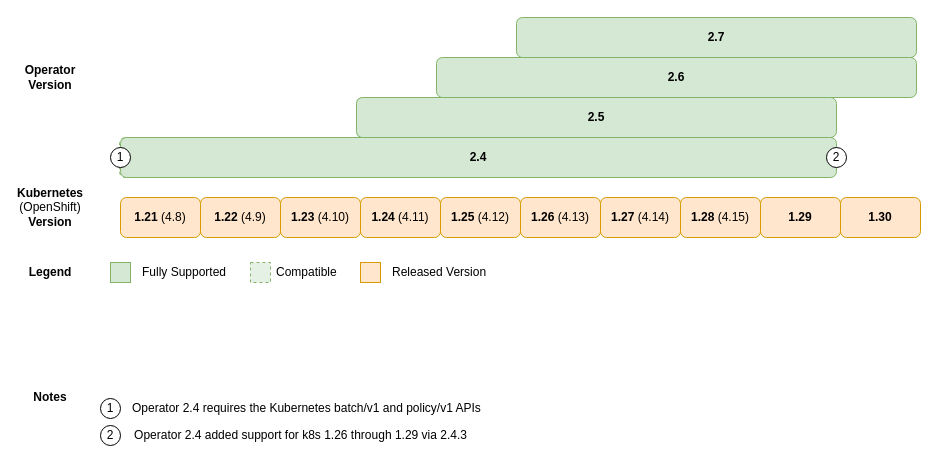
This is page "Compat Kuberentes" (1 of 3) of docs/dev/drawio-charts/k8s-compat.drawio from couchbase/couchbase-operator, a draw.io file, before an edit. Source tidied: cells renumbered, new cells numbered last; positions are measured from the earlier drawing's top-left corner, leaving out a move shared by most shapes. Both pictures are drawn from the tidied source at 100%, with x=0, y=0 at pixel (20, 17).
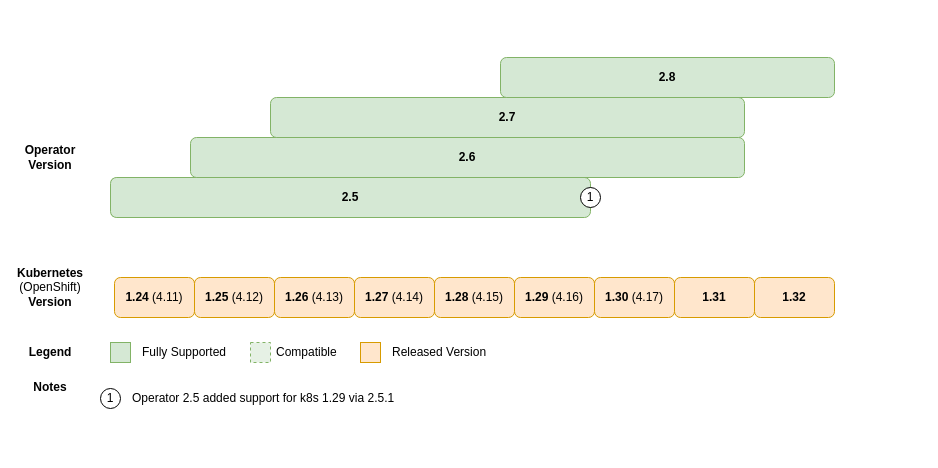
Above is the later version.

Commit message (it also covers changes not shown here):
K8S-3344 - Update Platform Support for 2.8.0

The edit, as a diff of the source:
```diff
@@
-    <mxCell id="2" style="rounded=1;whiteSpace=wrap;html=1;fillColor=#d5e8d4;strokeColor=#82b366;fillOpacity=60;dashed=1;" parent="1" vertex="1">
-      <mxGeometry x="99" y="120" width="397" height="40" as="geometry" />
-    </mxCell>
     <mxCell id="3" style="rounded=1;whiteSpace=wrap;html=1;fillColor=#d5e8d4;strokeColor=#82b366;fillOpacity=60;dashed=1;" parent="1" vertex="1">
-      <mxGeometry x="336" y="80" width="320" height="40" as="geometry" />
+      <mxGeometry x="90" y="160" width="320" height="40" as="geometry" />
     </mxCell>
-    <mxCell id="4" style="rounded=1;whiteSpace=wrap;html=1;fillColor=#d5e8d4;strokeColor=#82b366;fillOpacity=60;dashed=1;" parent="1" vertex="1">
-      <mxGeometry x="101" y="120" width="319" height="40" as="geometry" />
-    </mxCell>
-    <mxCell id="5" value="&lt;div&gt;&lt;b&gt;1.21&lt;/b&gt; (4.8)&lt;/div&gt;" style="rounded=1;whiteSpace=wrap;html=1;fillColor=#ffe6cc;strokeColor=#d79b00;" parent="1" vertex="1">
-      <mxGeometry x="100" y="180" width="80" height="40" as="geometry" />
-    </mxCell>
     <mxCell id="6" value="&lt;div&gt;&lt;b&gt;Operator&lt;/b&gt;&lt;/div&gt;&lt;div&gt;&lt;b&gt;Version&lt;br&gt;&lt;/b&gt;&lt;/div&gt;" style="text;html=1;strokeColor=none;fillColor=none;align=center;verticalAlign=middle;whiteSpace=wrap;rounded=0;rotation=0;" parent="1" vertex="1">
-      <mxGeometry x="10" y="50" width="40" height="20" as="geometry" />
+      <mxGeometry x="10" y="130" width="40" height="20" as="geometry" />
     </mxCell>
     <mxCell id="7" value="&lt;div&gt;&lt;b&gt;Kubernetes&lt;/b&gt;&lt;/div&gt;&lt;div&gt;(OpenShift)&lt;br&gt;&lt;/div&gt;&lt;div&gt;&lt;b&gt;Version&lt;br&gt;&lt;/b&gt;&lt;/div&gt;" style="text;html=1;strokeColor=none;fillColor=none;align=center;verticalAlign=middle;whiteSpace=wrap;rounded=0;rotation=0;" parent="1" vertex="1">
-      <mxGeometry x="10" y="180" width="40" height="20" as="geometry" />
+      <mxGeometry x="10" y="260" width="40" height="20" as="geometry" />
     </mxCell>
-    <mxCell id="8" value="&lt;div&gt;&lt;b&gt;1.22&lt;/b&gt; (4.9)&lt;br&gt;&lt;/div&gt;" style="rounded=1;whiteSpace=wrap;html=1;fillColor=#ffe6cc;strokeColor=#d79b00;" parent="1" vertex="1">
-      <mxGeometry x="180" y="180" width="80" height="40" as="geometry" />
-    </mxCell>
-    <mxCell id="9" value="&lt;div&gt;&lt;b&gt;1.23 &lt;/b&gt;(4.10)&lt;/div&gt;&lt;b&gt;&lt;/b&gt;" style="rounded=1;whiteSpace=wrap;html=1;fillColor=#ffe6cc;strokeColor=#d79b00;" parent="1" vertex="1">
-      <mxGeometry x="260" y="180" width="80" height="40" as="geometry" />
-    </mxCell>
     <mxCell id="10" value="&lt;b&gt;Legend&lt;/b&gt;" style="text;html=1;strokeColor=none;fillColor=none;align=center;verticalAlign=middle;whiteSpace=wrap;rounded=0;glass=0;" parent="1" vertex="1">
-      <mxGeometry y="240" width="60" height="30" as="geometry" />
+      <mxGeometry y="320" width="60" height="30" as="geometry" />
     </mxCell>
     <mxCell id="11" value="&lt;b&gt;Notes&lt;/b&gt;" style="text;html=1;strokeColor=none;fillColor=none;align=center;verticalAlign=middle;whiteSpace=wrap;rounded=0;glass=0;" parent="1" vertex="1">
-      <mxGeometry y="370" width="60" height="20" as="geometry" />
+      <mxGeometry y="360" width="60" height="20" as="geometry" />
     </mxCell>
     <mxCell id="12" style="rounded=0;whiteSpace=wrap;html=1;glass=0;align=left;fillColor=#d5e8d4;strokeColor=#82b366;" parent="1" vertex="1">
-      <mxGeometry x="90" y="245" width="20" height="20" as="geometry" />
+      <mxGeometry x="90" y="325" width="20" height="20" as="geometry" />
     </mxCell>
     <mxCell id="13" value="&lt;div align=&quot;left&quot;&gt;Fully Supported&lt;/div&gt;" style="text;html=1;strokeColor=none;fillColor=none;align=left;verticalAlign=middle;whiteSpace=wrap;rounded=0;glass=0;" parent="1" vertex="1">
-      <mxGeometry x="120" y="245" width="120" height="20" as="geometry" />
+      <mxGeometry x="120" y="325" width="120" height="20" as="geometry" />
     </mxCell>
     <mxCell id="14" style="rounded=0;whiteSpace=wrap;html=1;glass=0;align=left;fillColor=#d5e8d4;strokeColor=#82b366;fillOpacity=60;dashed=1;" parent="1" vertex="1">
-      <mxGeometry x="230" y="245" width="20" height="20" as="geometry" />
+      <mxGeometry x="230" y="325" width="20" height="20" as="geometry" />
     </mxCell>
     <mxCell id="15" value="Compatible" style="text;html=1;strokeColor=none;fillColor=none;align=left;verticalAlign=middle;whiteSpace=wrap;rounded=0;glass=0;" parent="1" vertex="1">
-      <mxGeometry x="254" y="245" width="76" height="20" as="geometry" />
+      <mxGeometry x="254" y="325" width="76" height="20" as="geometry" />
     </mxCell>
     <mxCell id="16" style="rounded=0;whiteSpace=wrap;html=1;glass=0;align=left;fillColor=#ffe6cc;strokeColor=#d79b00;fillOpacity=100;" parent="1" vertex="1">
-      <mxGeometry x="340" y="245" width="20" height="20" as="geometry" />
+      <mxGeometry x="340" y="325" width="20" height="20" as="geometry" />
     </mxCell>
     <mxCell id="17" value="Released Version" style="text;html=1;strokeColor=none;fillColor=none;align=left;verticalAlign=middle;whiteSpace=wrap;rounded=0;glass=0;" parent="1" vertex="1">
-      <mxGeometry x="370" y="245" width="120" height="20" as="geometry" />
+      <mxGeometry x="370" y="325" width="120" height="20" as="geometry" />
     </mxCell>
-    <mxCell id="18" value="&lt;b&gt;2.4&lt;/b&gt;" style="rounded=1;whiteSpace=wrap;html=1;fillColor=#d5e8d4;strokeColor=#82b366;" parent="1" vertex="1">
-      <mxGeometry x="100" y="120" width="716" height="40" as="geometry" />
-    </mxCell>
-    <mxCell id="19" value="1" style="ellipse;whiteSpace=wrap;html=1;glass=0;" parent="1" vertex="1">
-      <mxGeometry x="90" y="130" width="20" height="20" as="geometry" />
-    </mxCell>
     <mxCell id="20" value="1" style="ellipse;whiteSpace=wrap;html=1;glass=0;" parent="1" vertex="1">
-      <mxGeometry x="80" y="381" width="20" height="20" as="geometry" />
+      <mxGeometry x="80" y="371" width="20" height="20" as="geometry" />
     </mxCell>
-    <mxCell id="21" value="Operator 2.4 requires the Kubernetes batch/v1 and policy/v1 APIs" style="text;html=1;strokeColor=none;fillColor=none;align=left;verticalAlign=middle;whiteSpace=wrap;rounded=0;glass=0;" parent="1" vertex="1">
-      <mxGeometry x="110" y="381" width="470" height="20" as="geometry" />
+    <mxCell id="21" value="Operator 2.5 added support for k8s 1.29 via 2.5.1" style="text;html=1;strokeColor=none;fillColor=none;align=left;verticalAlign=middle;whiteSpace=wrap;rounded=0;glass=0;" parent="1" vertex="1">
+      <mxGeometry x="110" y="371" width="470" height="20" as="geometry" />
     </mxCell>
     <mxCell id="22" value="&lt;div&gt;&lt;b&gt;1.24&amp;nbsp;&lt;/b&gt;(4.11)&lt;/div&gt;&lt;b&gt;&lt;/b&gt;" style="rounded=1;whiteSpace=wrap;html=1;fillColor=#ffe6cc;strokeColor=#d79b00;" parent="1" vertex="1">
-      <mxGeometry x="340" y="180" width="80" height="40" as="geometry" />
+      <mxGeometry x="94" y="260" width="80" height="40" as="geometry" />
     </mxCell>
     <mxCell id="23" value="&lt;div&gt;&lt;b&gt;1.25&amp;nbsp;&lt;/b&gt;(4.12)&lt;/div&gt;&lt;b&gt;&lt;/b&gt;" style="rounded=1;whiteSpace=wrap;html=1;fillColor=#ffe6cc;strokeColor=#d79b00;" parent="1" vertex="1">
-      <mxGeometry x="420" y="180" width="80" height="40" as="geometry" />
+      <mxGeometry x="174" y="260" width="80" height="40" as="geometry" />
     </mxCell>
     <mxCell id="24" value="&lt;b&gt;1.26&lt;/b&gt; (4.13)" style="rounded=1;whiteSpace=wrap;html=1;fillColor=#ffe6cc;strokeColor=#d79b00;" parent="1" vertex="1">
-      <mxGeometry x="500" y="180" width="80" height="40" as="geometry" />
+      <mxGeometry x="254" y="260" width="80" height="40" as="geometry" />
     </mxCell>
     <mxCell id="25" value="&lt;b&gt;1.27&lt;/b&gt; (4.14)" style="rounded=1;whiteSpace=wrap;html=1;fillColor=#ffe6cc;strokeColor=#d79b00;" parent="1" vertex="1">
-      <mxGeometry x="580" y="180" width="80" height="40" as="geometry" />
+      <mxGeometry x="334" y="260" width="80" height="40" as="geometry" />
     </mxCell>
     <mxCell id="26" value="&lt;b&gt;2.5&lt;/b&gt;" style="rounded=1;whiteSpace=wrap;html=1;fillColor=#d5e8d4;strokeColor=#82b366;" parent="1" vertex="1">
-      <mxGeometry x="336" y="80" width="480" height="40" as="geometry" />
+      <mxGeometry x="90" y="160" width="480" height="40" as="geometry" />
     </mxCell>
     <mxCell id="27" value="&lt;b&gt;1.28&lt;/b&gt; (4.15)" style="rounded=1;whiteSpace=wrap;html=1;fillColor=#ffe6cc;strokeColor=#d79b00;" parent="1" vertex="1">
-      <mxGeometry x="660" y="180" width="80" height="40" as="geometry" />
+      <mxGeometry x="414" y="260" width="80" height="40" as="geometry" />
     </mxCell>
     <mxCell id="28" value="&lt;b&gt;2.6&lt;/b&gt;" style="rounded=1;whiteSpace=wrap;html=1;fillColor=#d5e8d4;strokeColor=#82b366;" parent="1" vertex="1">
-      <mxGeometry x="416" y="40" width="480" height="40" as="geometry" />
+      <mxGeometry x="170" y="120" width="554" height="40" as="geometry" />
     </mxCell>
-    <mxCell id="29" value="&lt;b&gt;1.29&lt;/b&gt;" style="rounded=1;whiteSpace=wrap;html=1;fillColor=#ffe6cc;strokeColor=#d79b00;" parent="1" vertex="1">
-      <mxGeometry x="740" y="180" width="80" height="40" as="geometry" />
+    <mxCell id="29" value="&lt;b&gt;1.29 &lt;/b&gt;(4.16)" style="rounded=1;whiteSpace=wrap;html=1;fillColor=#ffe6cc;strokeColor=#d79b00;" parent="1" vertex="1">
+      <mxGeometry x="494" y="260" width="80" height="40" as="geometry" />
     </mxCell>
-    <mxCell id="30" value="2" style="ellipse;whiteSpace=wrap;html=1;glass=0;" parent="1" vertex="1">
-      <mxGeometry x="806" y="130" width="20" height="20" as="geometry" />
-    </mxCell>
-    <mxCell id="31" value="2" style="ellipse;whiteSpace=wrap;html=1;glass=0;" parent="1" vertex="1">
-      <mxGeometry x="80" y="408" width="20" height="20" as="geometry" />
-    </mxCell>
-    <mxCell id="32" value="Operator 2.4 added support for k8s 1.26 through 1.29 via 2.4.3" style="text;html=1;align=center;verticalAlign=middle;strokeColor=none;fillColor=none;" parent="1" vertex="1">
-      <mxGeometry x="100" y="403" width="360" height="30" as="geometry" />
-    </mxCell>
-    <mxCell id="33" value="&lt;b&gt;1.30&lt;/b&gt;" style="rounded=1;whiteSpace=wrap;html=1;fillColor=#ffe6cc;strokeColor=#d79b00;" parent="1" vertex="1">
-      <mxGeometry x="820" y="180" width="80" height="40" as="geometry" />
+    <mxCell id="33" value="&lt;b&gt;1.30 &lt;/b&gt;(4.17)" style="rounded=1;whiteSpace=wrap;html=1;fillColor=#ffe6cc;strokeColor=#d79b00;" parent="1" vertex="1">
+      <mxGeometry x="574" y="260" width="80" height="40" as="geometry" />
     </mxCell>
     <mxCell id="34" value="&lt;b&gt;2.7&lt;/b&gt;" style="rounded=1;whiteSpace=wrap;html=1;fillColor=#d5e8d4;strokeColor=#82b366;" parent="1" vertex="1">
-      <mxGeometry x="496" width="400" height="40" as="geometry" />
+      <mxGeometry x="250" y="80" width="474" height="40" as="geometry" />
     </mxCell>
+    <mxCell id="35" value="&lt;b&gt;2.8&lt;/b&gt;" style="rounded=1;whiteSpace=wrap;html=1;fillColor=#d5e8d4;strokeColor=#82b366;" parent="1" vertex="1">
+      <mxGeometry x="480" y="40" width="334" height="40" as="geometry" />
+    </mxCell>
+    <mxCell id="36" value="&lt;b&gt;1.31&lt;/b&gt;" style="rounded=1;whiteSpace=wrap;html=1;fillColor=#ffe6cc;strokeColor=#d79b00;" parent="1" vertex="1">
+      <mxGeometry x="654" y="260" width="80" height="40" as="geometry" />
+    </mxCell>
+    <mxCell id="37" value="&lt;b&gt;1.32&lt;/b&gt;" style="rounded=1;whiteSpace=wrap;html=1;fillColor=#ffe6cc;strokeColor=#d79b00;" parent="1" vertex="1">
+      <mxGeometry x="734" y="260" width="80" height="40" as="geometry" />
+    </mxCell>
+    <mxCell id="19" value="1" style="ellipse;whiteSpace=wrap;html=1;glass=0;" parent="1" vertex="1">
+      <mxGeometry x="560" y="170" width="20" height="20" as="geometry" />
+    </mxCell>
```
